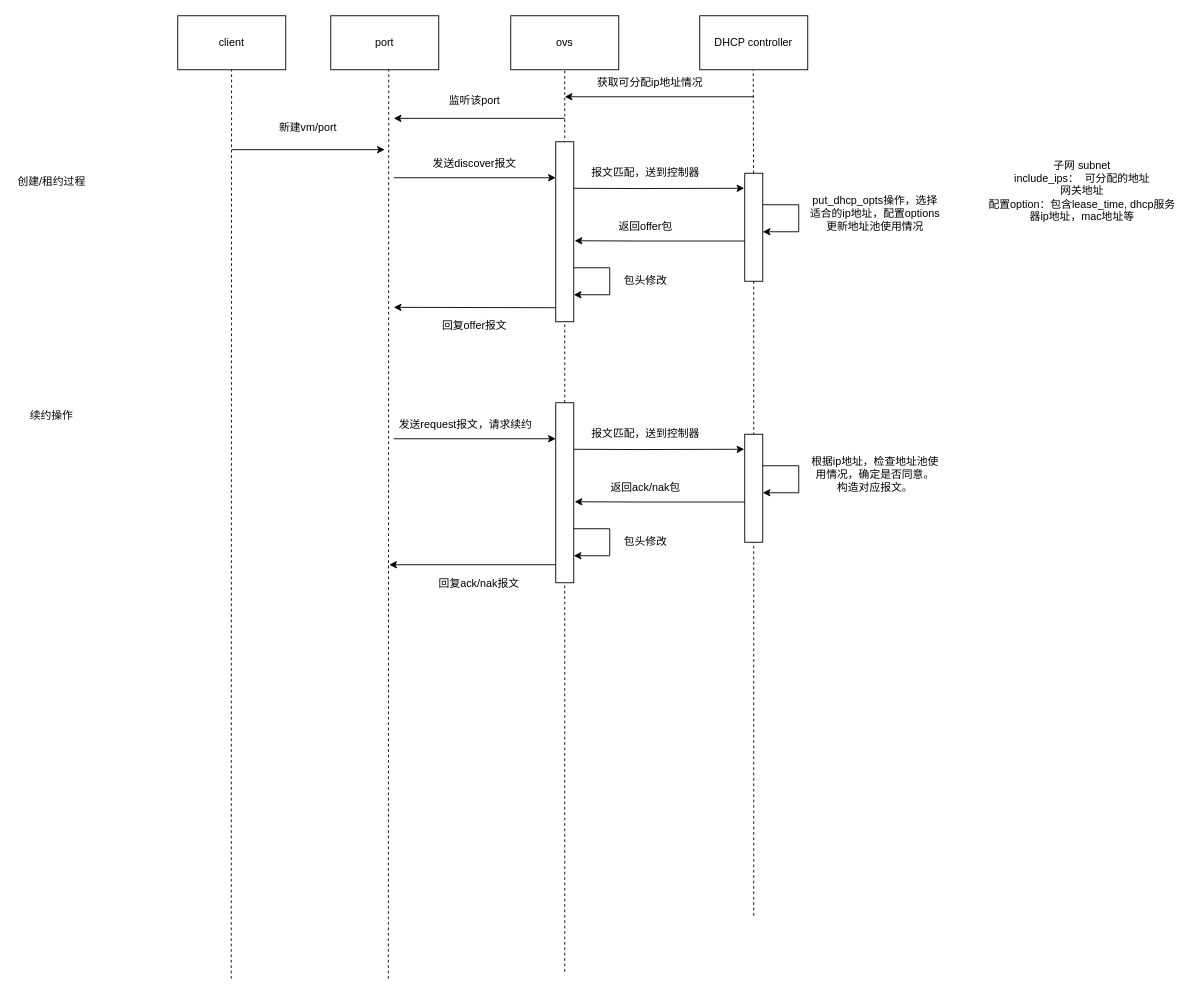
This is dhcp.drawio from cola1998/CSDN-, a draw.io file, before an edit. Source tidied: cells renumbered, new cells numbered last; positions are measured from the earlier drawing's top-left corner, leaving out a move shared by most shapes. Both pictures are drawn from the tidied source at 90%, with x=0, y=0 at pixel (15, 15).
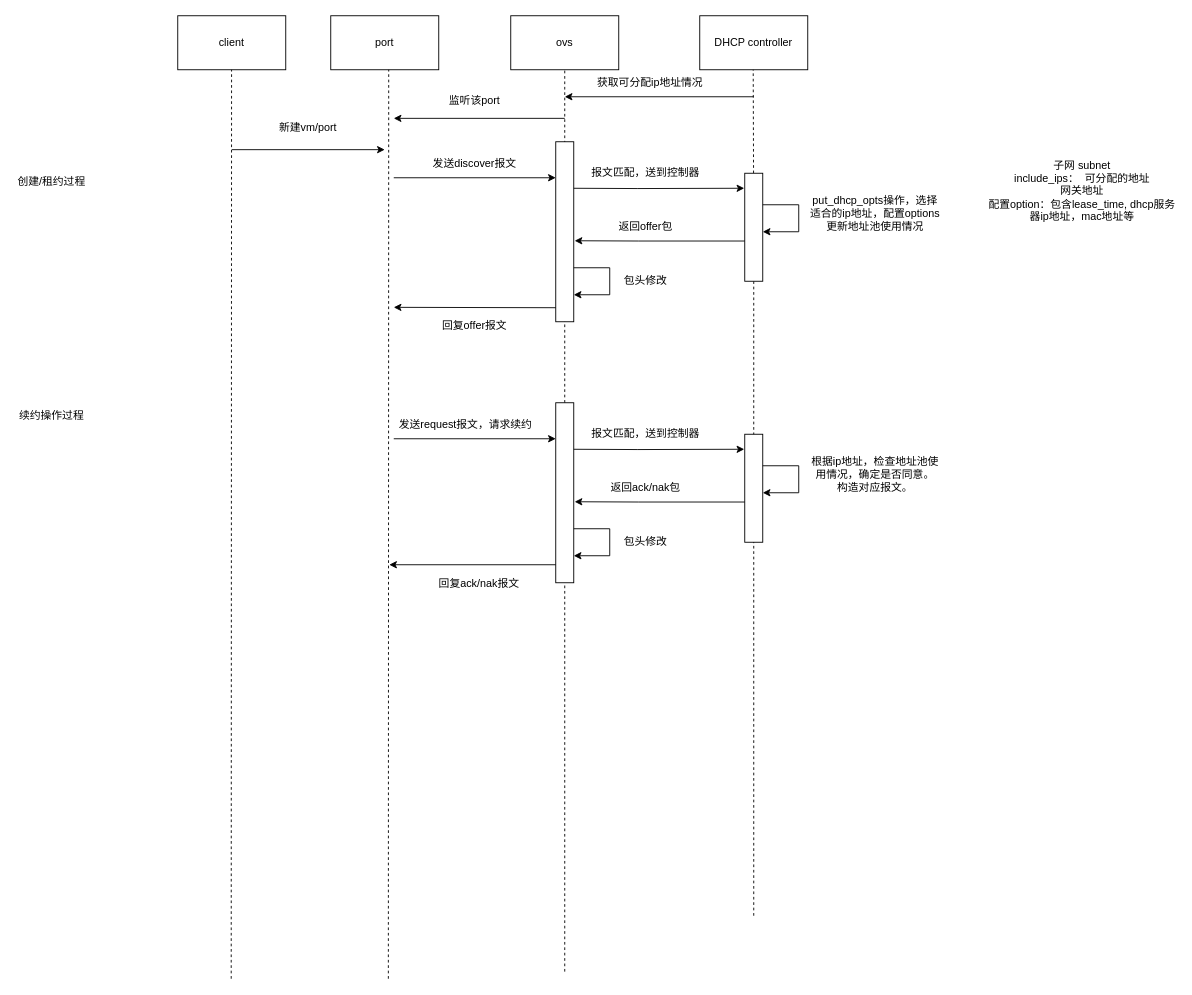
Above is the later version.

The edit, as a diff of the source:
```diff
@@
-    <mxCell id="25" value="续约操作" style="text;html=1;strokeColor=none;fillColor=none;align=center;verticalAlign=middle;whiteSpace=wrap;rounded=0;" parent="1" vertex="1">
-      <mxGeometry x="10" y="430" width="60" height="30" as="geometry" />
+    <mxCell id="25" value="续约操作过程" style="text;html=1;strokeColor=none;fillColor=none;align=center;verticalAlign=middle;whiteSpace=wrap;rounded=0;" parent="1" vertex="1">
+      <mxGeometry y="430" width="80" height="30" as="geometry" />
     </mxCell>
```
